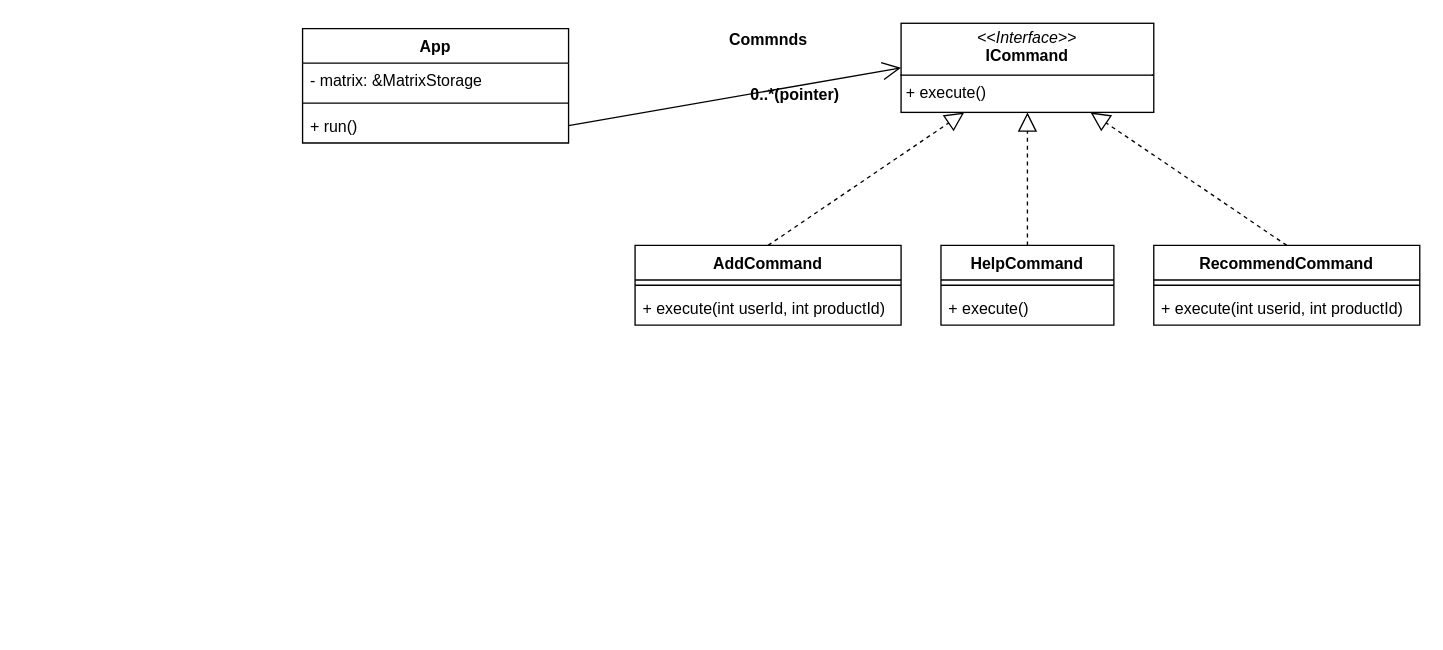
Before: doceumtation/uml/cliParserUMLDiagram.drawio in Vitalystriz/Project_ASP, a draw.io diagram. Source tidied: cells renumbered, new cells numbered last; positions are measured from the earlier drawing's top-left corner, leaving out a move shared by most shapes. Both pictures are drawn from the tidied source at 133%, with x=0, y=0 at pixel (302, 23).
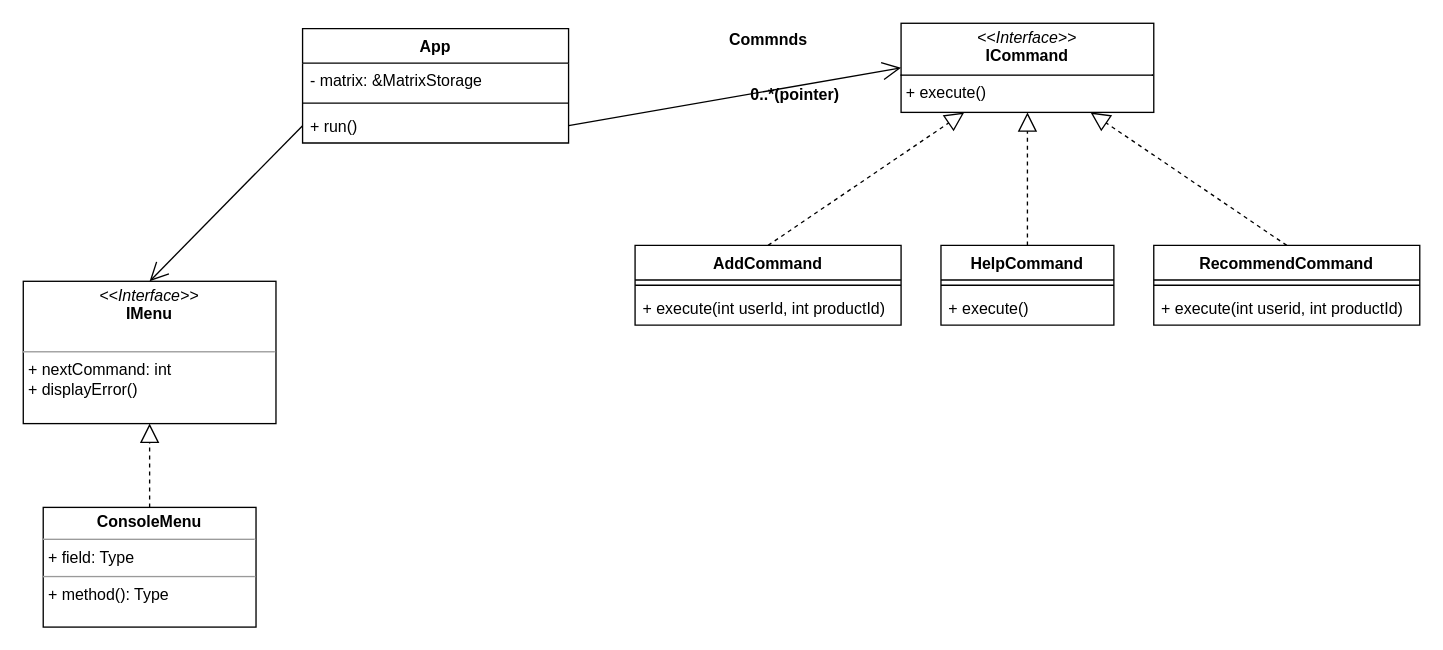
The same diagram, later.

Unchanged cells that the change refers to:
```xml
<mxCell id="5" value="+ run()" style="text;strokeColor=none;fillColor=none;align=left;verticalAlign=top;spacingLeft=4;spacingRight=4;overflow=hidden;points=[[0,0.5],[1,0.5]];portConstraint=eastwest;whiteSpace=wrap;html=1;" parent="2" vertex="1">
  <mxGeometry y="60" width="200" height="26" as="geometry" />
</mxCell>
```

What changed in the source:
```diff
@@
+    <mxCell id="22" value="&lt;p style=&quot;margin:0px;margin-top:4px;text-align:center;&quot;&gt;&lt;i&gt;&amp;lt;&amp;lt;Interface&amp;gt;&amp;gt;&lt;/i&gt;&lt;br&gt;&lt;b&gt;IMenu&lt;/b&gt;&lt;/p&gt;&lt;p style=&quot;margin:0px;margin-left:4px;&quot;&gt;&lt;br&gt;&lt;/p&gt;&lt;hr size=&quot;1&quot;&gt;&lt;p style=&quot;margin:0px;margin-left:4px;&quot;&gt;+ nextCommand: int&lt;br&gt;+ displayError()&lt;/p&gt;" style="verticalAlign=top;align=left;overflow=fill;fontSize=12;fontFamily=Helvetica;html=1;whiteSpace=wrap;" parent="1" vertex="1">
+      <mxGeometry x="-210" y="194" width="190" height="107" as="geometry" />
+    </mxCell>
+    <mxCell id="23" style="endArrow=open;endFill=1;endSize=12;html=1;rounded=0;exitX=0;exitY=0.5;exitDx=0;exitDy=0;entryX=0.5;entryY=0;entryDx=0;entryDy=0;" parent="1" edge="1" source="5" target="22">
+      <mxGeometry relative="1" as="geometry" />
+    </mxCell>
+    <mxCell id="24" value="&lt;p style=&quot;margin:0px;margin-top:4px;text-align:center;&quot;&gt;&lt;b&gt;ConsoleMenu&lt;/b&gt;&lt;/p&gt;&lt;hr size=&quot;1&quot;&gt;&lt;p style=&quot;margin:0px;margin-left:4px;&quot;&gt;+ field: Type&lt;/p&gt;&lt;hr size=&quot;1&quot;&gt;&lt;p style=&quot;margin:0px;margin-left:4px;&quot;&gt;+ method(): Type&lt;/p&gt;" style="verticalAlign=top;align=left;overflow=fill;fontSize=12;fontFamily=Helvetica;html=1;whiteSpace=wrap;" parent="1" vertex="1">
+      <mxGeometry x="-195" y="364" width="160" height="90" as="geometry" />
+    </mxCell>
+    <mxCell id="25" style="endArrow=block;dashed=1;endFill=0;endSize=12;html=1;rounded=0;exitX=0.5;exitY=0;exitDx=0;exitDy=0;entryX=0.5;entryY=1;entryDx=0;entryDy=0;" parent="1" edge="1" source="24" target="22">
+      <mxGeometry relative="1" as="geometry" />
+    </mxCell>
```
